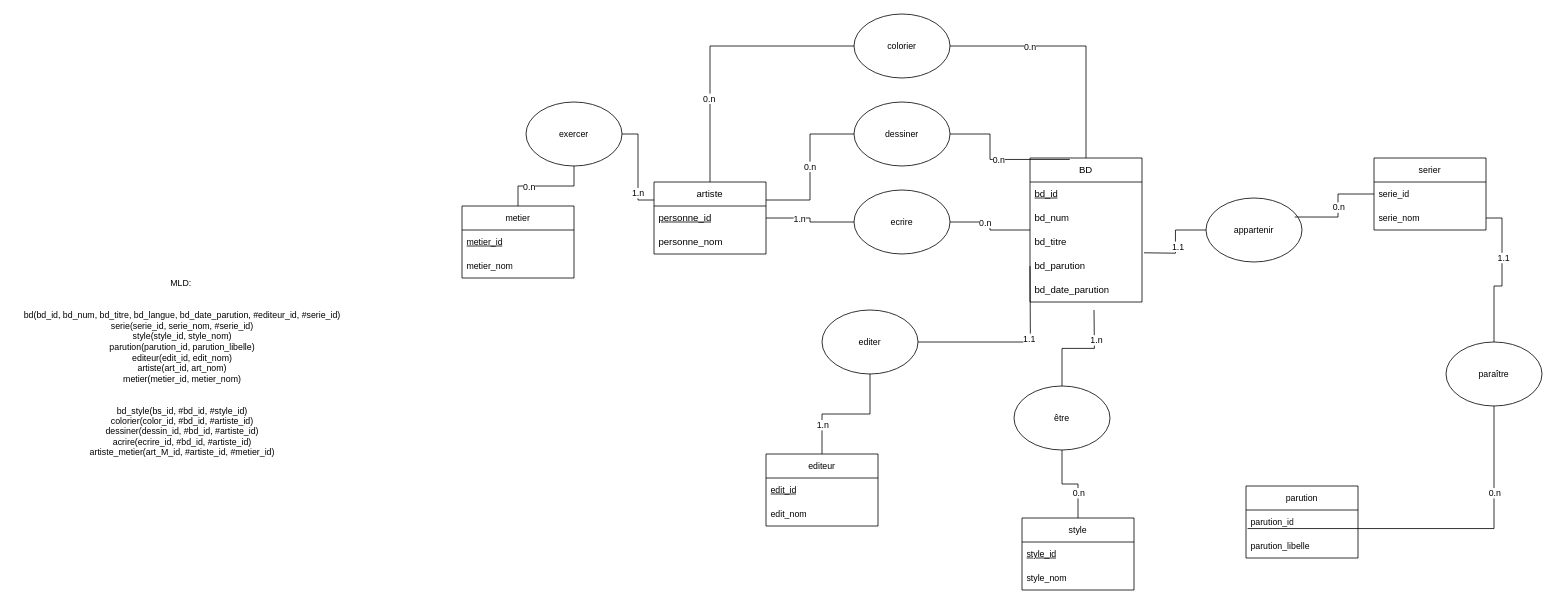
Above: collectionneur de BD.drawio in sataev12/mcd_draw_io (draw.io), before the change. Source tidied: cells renumbered, new cells numbered last; positions are measured from the earlier drawing's top-left corner, leaving out a move shared by most shapes. Both pictures are drawn from the tidied source at 80%, with x=0, y=0 at pixel (14, 14).
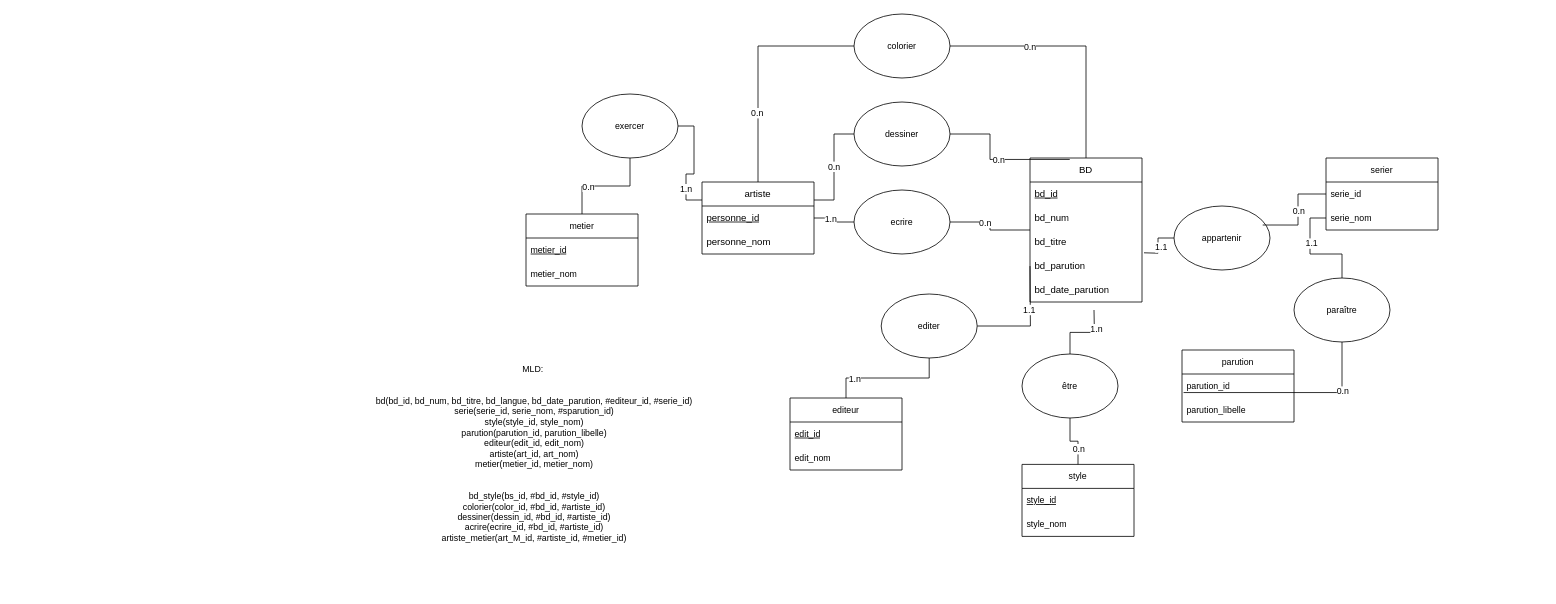
Above is the later version.

Commit message (it also covers changes not shown here):
Mettre à jour collectionneur de BD.drawio

The edit, as a diff of the source:
```diff
@@
     <mxCell id="10" value="artiste" style="swimlane;fontStyle=0;horizontal=1;startSize=30;whiteSpace=wrap;html=1;" parent="1" vertex="1">
-      <mxGeometry x="800" y="210" width="140" height="90" as="geometry" />
+      <mxGeometry x="860" y="210" width="140" height="90" as="geometry" />
     </mxCell>
@@
     <mxCell id="16" value="editeur" style="swimlane;fontStyle=0;horizontal=1;startSize=30;whiteSpace=wrap;html=1;fontFamily=Helvetica;fontSize=11;fontColor=default;labelBackgroundColor=default;" parent="1" vertex="1">
-      <mxGeometry x="940" y="550" width="140" height="90" as="geometry" />
+      <mxGeometry x="970" y="480" width="140" height="90" as="geometry" />
     </mxCell>
@@
     <mxCell id="19" value="style" style="swimlane;fontStyle=0;horizontal=1;startSize=30;whiteSpace=wrap;html=1;fontFamily=Helvetica;fontSize=11;fontColor=default;labelBackgroundColor=default;" parent="1" vertex="1">
-      <mxGeometry x="1260" y="630" width="140" height="90" as="geometry" />
+      <mxGeometry x="1260" y="563" width="140" height="90" as="geometry" />
     </mxCell>
@@
     <mxCell id="26" value="editer" style="ellipse;whiteSpace=wrap;html=1;fontFamily=Helvetica;fontSize=11;fontColor=default;labelBackgroundColor=default;fillColor=light-dark(#FFFFFF,#3333FF);" parent="1" vertex="1">
-      <mxGeometry x="1010" y="370" width="120" height="80" as="geometry" />
+      <mxGeometry x="1084" y="350" width="120" height="80" as="geometry" />
     </mxCell>
@@
     <mxCell id="36" value="metier" style="swimlane;fontStyle=0;horizontal=1;startSize=30;whiteSpace=wrap;html=1;fontFamily=Helvetica;fontSize=11;fontColor=default;labelBackgroundColor=default;" parent="1" vertex="1">
-      <mxGeometry x="560" y="240" width="140" height="90" as="geometry" />
+      <mxGeometry x="640" y="250" width="140" height="90" as="geometry" />
     </mxCell>
@@
     <mxCell id="43" value="exercer" style="ellipse;whiteSpace=wrap;html=1;fontFamily=Helvetica;fontSize=11;fontColor=default;labelBackgroundColor=default;fillColor=light-dark(#FFFFFF,#FF0080);" parent="1" vertex="1">
-      <mxGeometry x="640" y="110" width="120" height="80" as="geometry" />
+      <mxGeometry x="710" y="100" width="120" height="80" as="geometry" />
     </mxCell>
     <mxCell id="44" value="appartenir" style="ellipse;whiteSpace=wrap;html=1;fontFamily=Helvetica;fontSize=11;fontColor=default;labelBackgroundColor=default;fillColor=light-dark(#FFFFFF,#3399FF);" parent="1" vertex="1">
-      <mxGeometry x="1490" y="230" width="120" height="80" as="geometry" />
+      <mxGeometry x="1450" y="240" width="120" height="80" as="geometry" />
     </mxCell>
     <mxCell id="45" value="serier" style="swimlane;fontStyle=0;horizontal=1;startSize=30;whiteSpace=wrap;html=1;fontFamily=Helvetica;fontSize=11;fontColor=default;labelBackgroundColor=default;" parent="1" vertex="1">
-      <mxGeometry x="1700" y="180" width="140" height="90" as="geometry" />
+      <mxGeometry x="1640" y="180" width="140" height="90" as="geometry" />
     </mxCell>
@@
     <mxCell id="56" value="être" style="ellipse;whiteSpace=wrap;html=1;fontFamily=Helvetica;fontSize=11;fontColor=default;labelBackgroundColor=default;fillColor=light-dark(#FFFFFF,#CC0066);" parent="1" vertex="1">
-      <mxGeometry x="1250" y="465" width="120" height="80" as="geometry" />
+      <mxGeometry x="1260" y="425" width="120" height="80" as="geometry" />
     </mxCell>
     <mxCell id="57" value="parution" style="swimlane;fontStyle=0;horizontal=1;startSize=30;whiteSpace=wrap;html=1;fontFamily=Helvetica;fontSize=11;fontColor=default;labelBackgroundColor=default;" parent="1" vertex="1">
-      <mxGeometry x="1540" y="590" width="140" height="90" as="geometry" />
+      <mxGeometry x="1460" y="420" width="140" height="90" as="geometry" />
     </mxCell>
@@
     <mxCell id="62" value="paraître" style="ellipse;whiteSpace=wrap;html=1;fontFamily=Helvetica;fontSize=11;fontColor=default;labelBackgroundColor=default;fillColor=light-dark(#FFFFFF,#3333FF);" parent="1" vertex="1">
-      <mxGeometry x="1790" y="410" width="120" height="80" as="geometry" />
+      <mxGeometry x="1600" y="330" width="120" height="80" as="geometry" />
     </mxCell>
@@
-    <mxCell id="65" value="MLD:&amp;nbsp;&lt;div&gt;&lt;br&gt;&lt;/div&gt;&lt;div&gt;&lt;br&gt;&lt;/div&gt;&lt;div&gt;bd(bd_id, bd_num, bd_titre, bd_langue, bd_date_parution, #editeur_id, #serie_id)&lt;/div&gt;&lt;div&gt;serie(serie_id, serie_nom, #serie_id)&lt;/div&gt;&lt;div&gt;style(style_id, style_nom)&lt;/div&gt;&lt;div&gt;parution(parution_id, parution_libelle)&lt;/div&gt;&lt;div&gt;editeur(edit_id, edit_nom)&lt;/div&gt;&lt;div&gt;artiste(art_id, art_nom)&lt;/div&gt;&lt;div&gt;metier(metier_id, metier_nom)&lt;/div&gt;&lt;div&gt;&lt;br&gt;&lt;/div&gt;&lt;div&gt;&lt;br&gt;&lt;/div&gt;&lt;div&gt;&lt;font style=&quot;color: light-dark(rgb(0, 0, 0), rgb(255, 0, 255));&quot;&gt;bd_style(bs_id, #bd_id, #style_id)&lt;/font&gt;&lt;/div&gt;&lt;div&gt;&lt;font style=&quot;color: light-dark(rgb(0, 0, 0), rgb(255, 0, 255));&quot;&gt;colorier(color_id, #bd_id, #artiste_id)&lt;/font&gt;&lt;/div&gt;&lt;div&gt;&lt;font style=&quot;color: light-dark(rgb(0, 0, 0), rgb(255, 0, 255));&quot;&gt;dessiner(dessin_id, #bd_id, #artiste_id)&lt;/font&gt;&lt;/div&gt;&lt;div&gt;&lt;font style=&quot;color: light-dark(rgb(0, 0, 0), rgb(255, 0, 255));&quot;&gt;acrire(ecrire_id, #bd_id, #artiste_id)&lt;/font&gt;&lt;/div&gt;&lt;div&gt;&lt;font style=&quot;color: light-dark(rgb(0, 0, 0), rgb(255, 0, 255));&quot;&gt;artiste_metier(art_M_id, #artiste_id, #metier_id)&lt;/font&gt;&lt;/div&gt;" style="text;html=1;align=center;verticalAlign=middle;strokeColor=none;fillColor=none;fontFamily=Helvetica;fontSize=11;fontColor=default;labelBackgroundColor=default;" parent="1" vertex="1">
-      <mxGeometry y="323" width="420" height="240" as="geometry" />
+    <mxCell id="65" value="MLD:&amp;nbsp;&lt;div&gt;&lt;br&gt;&lt;/div&gt;&lt;div&gt;&lt;br&gt;&lt;/div&gt;&lt;div&gt;bd(bd_id, bd_num, bd_titre, bd_langue, bd_date_parution, #&lt;font style=&quot;color: light-dark(rgb(0, 0, 0), rgb(51, 51, 255));&quot;&gt;editeur_id&lt;/font&gt;, #&lt;font style=&quot;color: light-dark(rgb(0, 0, 0), rgb(51, 51, 255));&quot;&gt;serie_id&lt;/font&gt;)&lt;/div&gt;&lt;div&gt;serie(serie_id, serie_nom, #&lt;font style=&quot;color: light-dark(rgb(0, 0, 0), rgb(51, 51, 255));&quot;&gt;sparution_id&lt;/font&gt;)&lt;/div&gt;&lt;div&gt;style(style_id, style_nom)&lt;/div&gt;&lt;div&gt;parution(parution_id, parution_libelle)&lt;/div&gt;&lt;div&gt;editeur(edit_id, edit_nom)&lt;/div&gt;&lt;div&gt;artiste(art_id, art_nom)&lt;/div&gt;&lt;div&gt;metier(metier_id, metier_nom)&lt;/div&gt;&lt;div&gt;&lt;br&gt;&lt;/div&gt;&lt;div&gt;&lt;br&gt;&lt;/div&gt;&lt;div&gt;&lt;font style=&quot;color: light-dark(rgb(0, 0, 0), rgb(255, 0, 255));&quot;&gt;bd_style(bs_id, #bd_id, #style_id)&lt;/font&gt;&lt;/div&gt;&lt;div&gt;&lt;font style=&quot;color: light-dark(rgb(0, 0, 0), rgb(255, 0, 255));&quot;&gt;colorier(color_id, #bd_id, #artiste_id)&lt;/font&gt;&lt;/div&gt;&lt;div&gt;&lt;font style=&quot;color: light-dark(rgb(0, 0, 0), rgb(255, 0, 255));&quot;&gt;dessiner(dessin_id, #bd_id, #artiste_id)&lt;/font&gt;&lt;/div&gt;&lt;div&gt;&lt;font style=&quot;color: light-dark(rgb(0, 0, 0), rgb(255, 0, 255));&quot;&gt;acrire(ecrire_id, #bd_id, #artiste_id)&lt;/font&gt;&lt;/div&gt;&lt;div&gt;&lt;font style=&quot;color: light-dark(rgb(0, 0, 0), rgb(255, 0, 255));&quot;&gt;artiste_metier(art_M_id, #artiste_id, #metier_id)&lt;/font&gt;&lt;/div&gt;" style="text;html=1;align=center;verticalAlign=middle;strokeColor=none;fillColor=none;fontFamily=Helvetica;fontSize=11;fontColor=default;labelBackgroundColor=default;" parent="1" vertex="1">
+      <mxGeometry x="440" y="430" width="420" height="240" as="geometry" />
     </mxCell>
```
